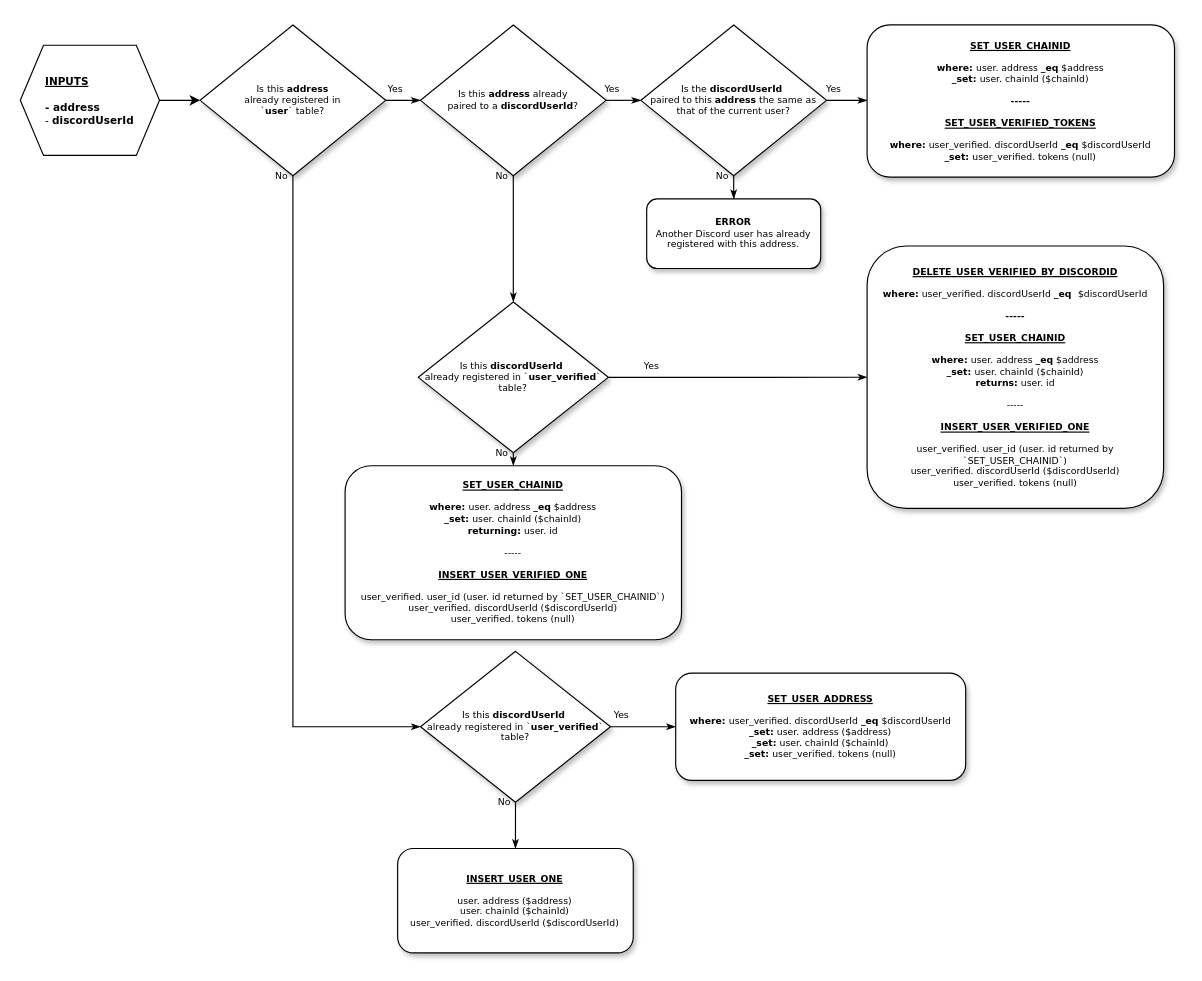
This is assets/diagrams/user-verified-insert-update.drawio from OlympusDAO/verified-ohmies, a draw.io file, before an edit. Source tidied: cells renumbered, new cells numbered last; positions are measured from the earlier drawing's top-left corner, leaving out a move shared by most shapes. Both pictures are drawn from the tidied source at 116%, with x=0, y=0 at pixel (20, 24).
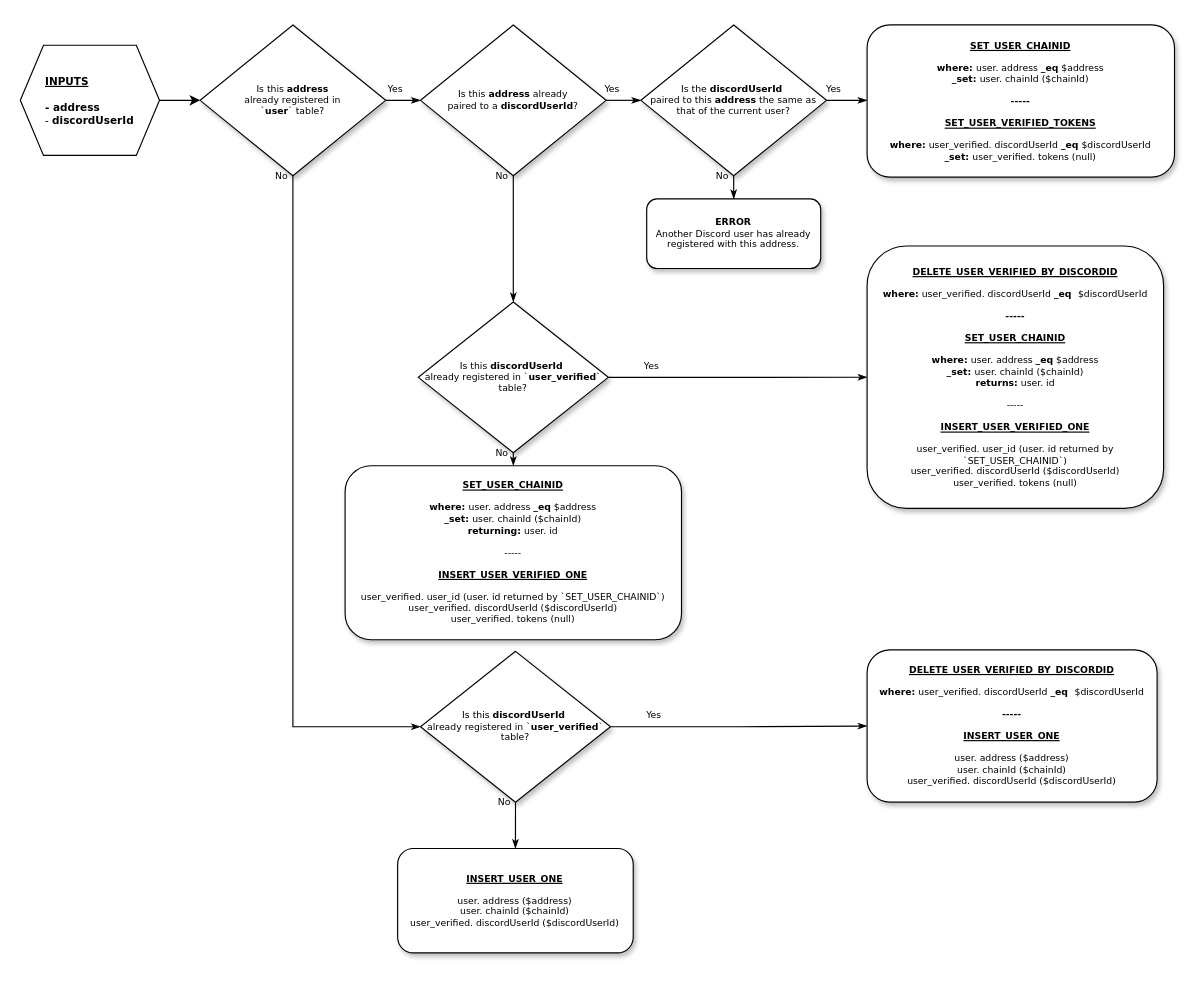
The same diagram, later.

Change to the diagram source:
```diff
@@
-    <mxCell id="17" value="&lt;b&gt;&lt;u&gt;SET_USER_ADDRESS&lt;br&gt;&lt;/u&gt;&lt;br&gt;where: &lt;/b&gt;user_verified. discordUserId &lt;b&gt;_eq&lt;/b&gt;&amp;nbsp;$discordUserId&lt;br&gt;&lt;b&gt;_set: &lt;/b&gt;user. address ($address)&lt;br&gt;&lt;b&gt;_set: &lt;/b&gt;user. chainId ($chainId)&lt;br&gt;&lt;b&gt;_set: &lt;/b&gt;user_verified. tokens (null)" style="rounded=1;whiteSpace=wrap;html=1;shadow=1;labelBackgroundColor=none;strokeWidth=1;fontFamily=Verdana;fontSize=8;align=center;" parent="1" vertex="1">
-      <mxGeometry x="565" y="558.8" width="250" height="92.5" as="geometry" />
+    <mxCell id="17" value="&lt;b&gt;&lt;u&gt;DELETE_USER_VERIFIED_BY_DISCORDID&lt;br&gt;&lt;/u&gt;&lt;br&gt;where:&lt;/b&gt;&amp;nbsp;user_verified. discordUserId&amp;nbsp;&lt;b&gt;_eq&amp;nbsp;&amp;nbsp;&lt;/b&gt;$discordUserId&lt;br&gt;&lt;br&gt;&lt;b&gt;-----&lt;br&gt;&lt;br&gt;&lt;/b&gt;&lt;b&gt;&lt;u&gt;INSERT_USER_ONE&lt;br&gt;&lt;/u&gt;&lt;/b&gt;&lt;br&gt;user. address ($address)&lt;br&gt;user. chainId ($chainId)&lt;br&gt;user_verified. discordUserId ($discordUserId)&lt;b&gt;&lt;br&gt;&lt;/b&gt;" style="rounded=1;whiteSpace=wrap;html=1;shadow=1;labelBackgroundColor=none;strokeWidth=1;fontFamily=Verdana;fontSize=8;align=center;" parent="1" vertex="1">
+      <mxGeometry x="730" y="538.8" width="250" height="131.2" as="geometry" />
     </mxCell>
```
